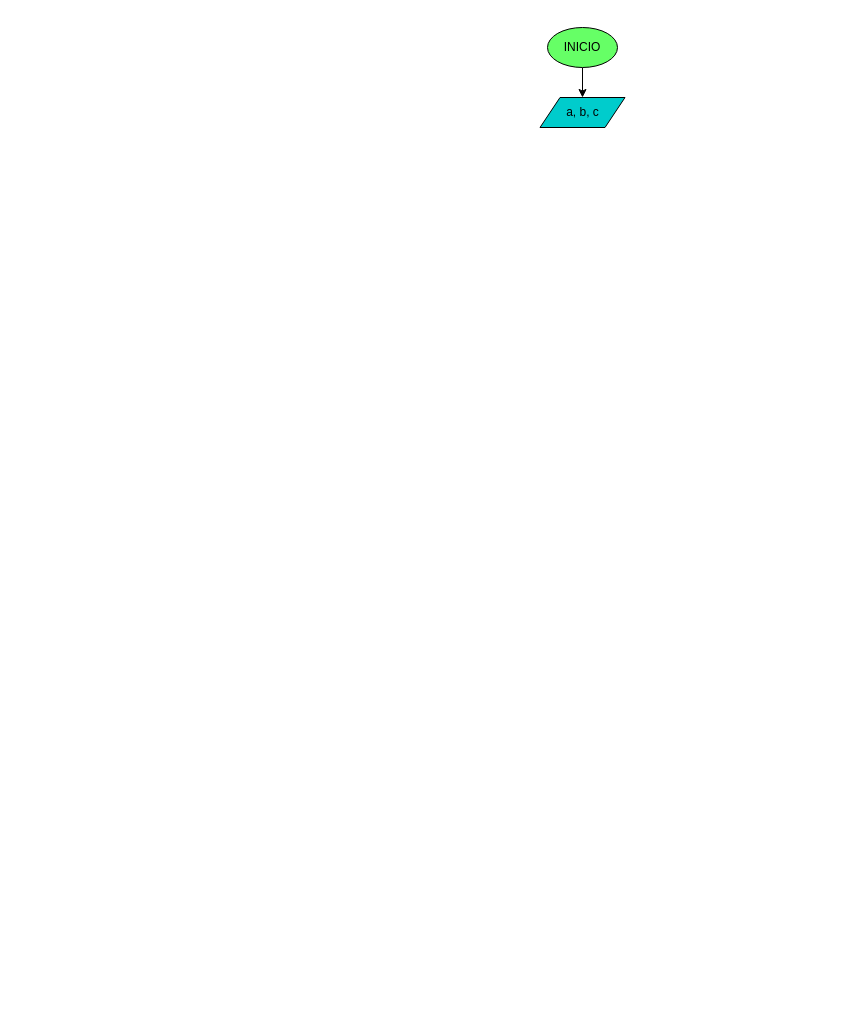
Before: diagrama.drawio in sistemas-colegio-guanenta/quiz-condicionales-danybenitez17, a draw.io diagram. Source tidied: cells renumbered, new cells numbered last; positions are measured from the earlier drawing's top-left corner, leaving out a move shared by most shapes. Both pictures are drawn from the tidied source at 100%, with x=0, y=0 at pixel (539, 27).
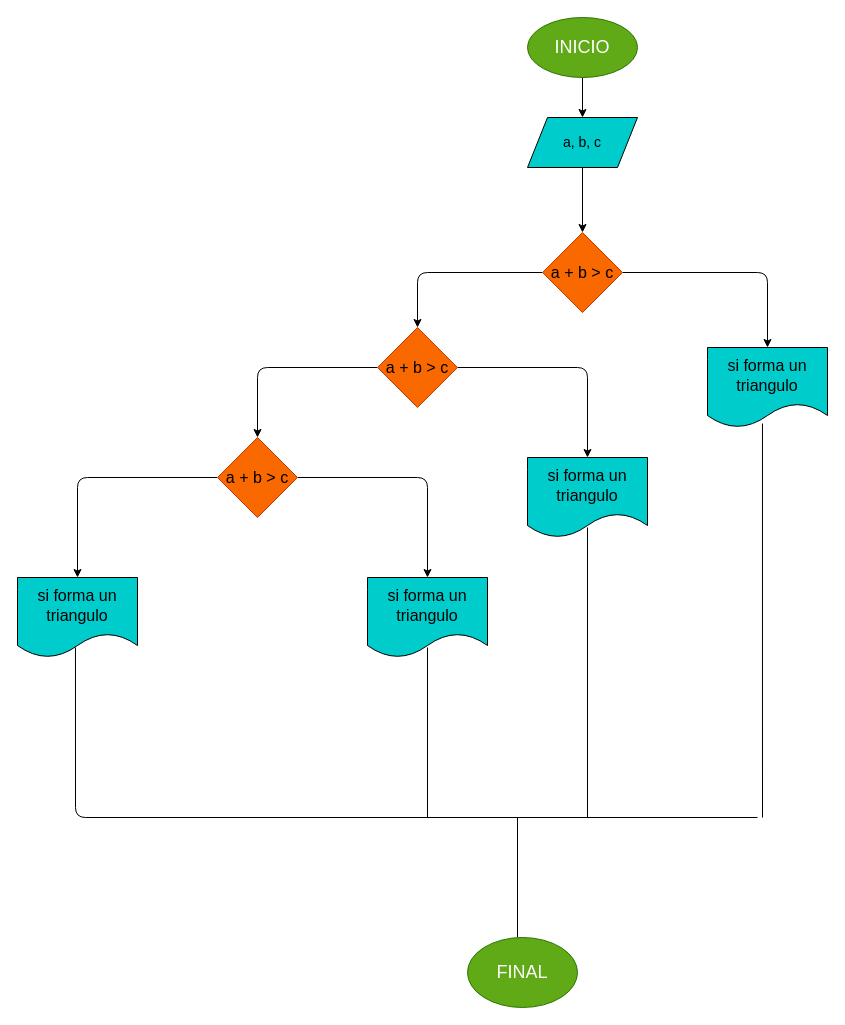
Above is the later version.

What changed in the source:
```diff
@@
-    <mxCell id="3" value="INICIO" style="ellipse;whiteSpace=wrap;html=1;fillColor=#66FF66;" parent="1" vertex="1">
-      <mxGeometry x="8" width="70" height="40" as="geometry" />
+    <mxCell id="3" value="&lt;font style=&quot;font-size: 18px;&quot;&gt;INICIO&lt;/font&gt;" style="ellipse;whiteSpace=wrap;html=1;fillColor=#60a917;fontColor=#ffffff;strokeColor=#2D7600;" parent="1" vertex="1">
+      <mxGeometry x="-12" y="-10" width="110" height="60" as="geometry" />
     </mxCell>
+    <mxCell id="5" style="edgeStyle=none;html=1;" parent="1" edge="1" source="4" target="8">
+      <mxGeometry relative="1" as="geometry" />
+    </mxCell>
-    <mxCell id="4" value="a, b, c" style="shape=parallelogram;perimeter=parallelogramPerimeter;whiteSpace=wrap;html=1;fixedSize=1;fillColor=#00CCCC;" parent="1" vertex="1">
-      <mxGeometry x="0.5" y="70" width="85" height="30" as="geometry" />
+    <mxCell id="4" value="&lt;font style=&quot;font-size: 14px;&quot;&gt;a, b, c&lt;/font&gt;" style="shape=parallelogram;perimeter=parallelogramPerimeter;whiteSpace=wrap;html=1;fixedSize=1;fillColor=#00CCCC;" parent="1" vertex="1">
+      <mxGeometry x="-12" y="90" width="110" height="50" as="geometry" />
     </mxCell>
+    <mxCell id="6" style="edgeStyle=none;html=1;" parent="1" edge="1" source="8" target="11">
+      <mxGeometry relative="1" as="geometry">
+        <Array as="points">
+          <mxPoint x="-122" y="245" />
+        </Array>
+      </mxGeometry>
+    </mxCell>
+    <mxCell id="7" style="edgeStyle=none;html=1;" parent="1" edge="1" source="8" target="18">
+      <mxGeometry relative="1" as="geometry">
+        <Array as="points">
+          <mxPoint x="228" y="245" />
+        </Array>
+      </mxGeometry>
+    </mxCell>
+    <mxCell id="8" value="&lt;font size=&quot;3&quot;&gt;a + b &amp;gt; c&lt;/font&gt;" style="rhombus;whiteSpace=wrap;html=1;fillColor=#fa6800;fontColor=#000000;strokeColor=#C73500;" parent="1" vertex="1">
+      <mxGeometry x="3" y="205" width="80" height="80" as="geometry" />
+    </mxCell>
+    <mxCell id="9" style="edgeStyle=none;html=1;" parent="1" edge="1" source="11" target="14">
+      <mxGeometry relative="1" as="geometry">
+        <Array as="points">
+          <mxPoint x="-282" y="340" />
+        </Array>
+      </mxGeometry>
+    </mxCell>
+    <mxCell id="10" style="edgeStyle=none;html=1;" parent="1" edge="1" source="11" target="17">
+      <mxGeometry relative="1" as="geometry">
+        <Array as="points">
+          <mxPoint x="48" y="340" />
+        </Array>
+      </mxGeometry>
+    </mxCell>
+    <mxCell id="11" value="&lt;font size=&quot;3&quot;&gt;a + b &amp;gt; c&lt;/font&gt;" style="rhombus;whiteSpace=wrap;html=1;fillColor=#fa6800;fontColor=#000000;strokeColor=#C73500;" parent="1" vertex="1">
+      <mxGeometry x="-162" y="300" width="80" height="80" as="geometry" />
+    </mxCell>
+    <mxCell id="12" style="edgeStyle=none;html=1;" parent="1" edge="1" source="14" target="15">
+      <mxGeometry relative="1" as="geometry">
+        <Array as="points">
+          <mxPoint x="-462" y="450" />
+        </Array>
+      </mxGeometry>
+    </mxCell>
+    <mxCell id="13" style="edgeStyle=none;html=1;" parent="1" edge="1" source="14" target="16">
+      <mxGeometry relative="1" as="geometry">
+        <Array as="points">
+          <mxPoint x="-112" y="450" />
+        </Array>
+      </mxGeometry>
+    </mxCell>
+    <mxCell id="14" value="&lt;font size=&quot;3&quot;&gt;a + b &amp;gt; c&lt;/font&gt;" style="rhombus;whiteSpace=wrap;html=1;fillColor=#fa6800;fontColor=#000000;strokeColor=#C73500;" parent="1" vertex="1">
+      <mxGeometry x="-322" y="410" width="80" height="80" as="geometry" />
+    </mxCell>
+    <mxCell id="15" value="&lt;font size=&quot;3&quot;&gt;si forma un triangulo&lt;/font&gt;" style="shape=document;whiteSpace=wrap;html=1;boundedLbl=1;fillColor=#00CCCC;" parent="1" vertex="1">
+      <mxGeometry x="-522" y="550" width="120" height="80" as="geometry" />
+    </mxCell>
+    <mxCell id="16" value="&lt;font size=&quot;3&quot;&gt;si forma un triangulo&lt;/font&gt;" style="shape=document;whiteSpace=wrap;html=1;boundedLbl=1;fillColor=#00CCCC;" parent="1" vertex="1">
+      <mxGeometry x="-172" y="550" width="120" height="80" as="geometry" />
+    </mxCell>
+    <mxCell id="17" value="&lt;font size=&quot;3&quot;&gt;si forma un triangulo&lt;/font&gt;" style="shape=document;whiteSpace=wrap;html=1;boundedLbl=1;fillColor=#00CCCC;" parent="1" vertex="1">
+      <mxGeometry x="-12" y="430" width="120" height="80" as="geometry" />
+    </mxCell>
+    <mxCell id="18" value="&lt;font size=&quot;3&quot;&gt;si forma un triangulo&lt;/font&gt;" style="shape=document;whiteSpace=wrap;html=1;boundedLbl=1;fillColor=#00CCCC;" parent="1" vertex="1">
+      <mxGeometry x="168" y="320" width="120" height="80" as="geometry" />
+    </mxCell>
+    <mxCell id="19" style="endArrow=none;html=1;fontSize=18;entryX=0.483;entryY=0.875;entryDx=0;entryDy=0;entryPerimeter=0;" parent="1" edge="1" target="15">
+      <mxGeometry relative="1" as="geometry">
+        <mxPoint x="218" y="790" as="sourcePoint" />
+        <Array as="points">
+          <mxPoint x="-464" y="790" />
+        </Array>
+      </mxGeometry>
+    </mxCell>
+    <mxCell id="20" style="endArrow=none;html=1;fontSize=18;entryX=0.458;entryY=0.95;entryDx=0;entryDy=0;entryPerimeter=0;" parent="1" edge="1" target="18">
+      <mxGeometry relative="1" as="geometry">
+        <mxPoint x="223" y="790" as="sourcePoint" />
+      </mxGeometry>
+    </mxCell>
+    <mxCell id="21" style="endArrow=none;html=1;fontSize=18;" parent="1" edge="1">
+      <mxGeometry relative="1" as="geometry">
+        <mxPoint x="-112" y="790" as="sourcePoint" />
+        <mxPoint x="-112" y="620" as="targetPoint" />
+      </mxGeometry>
+    </mxCell>
+    <mxCell id="22" style="endArrow=none;html=1;fontSize=18;" parent="1" edge="1">
+      <mxGeometry relative="1" as="geometry">
+        <mxPoint x="48" y="790" as="sourcePoint" />
+        <mxPoint x="48" y="500" as="targetPoint" />
+      </mxGeometry>
+    </mxCell>
+    <mxCell id="23" style="endArrow=none;html=1;fontSize=18;" parent="1" edge="1">
+      <mxGeometry relative="1" as="geometry">
+        <mxPoint x="-22" y="910" as="sourcePoint" />
+        <mxPoint x="-22" y="790" as="targetPoint" />
+      </mxGeometry>
+    </mxCell>
+    <mxCell id="24" value="FINAL" style="ellipse;whiteSpace=wrap;html=1;fontSize=18;fillColor=#60a917;fontColor=#ffffff;strokeColor=#2D7600;" parent="1" vertex="1">
+      <mxGeometry x="-72" y="910" width="110" height="70" as="geometry" />
+    </mxCell>
```
